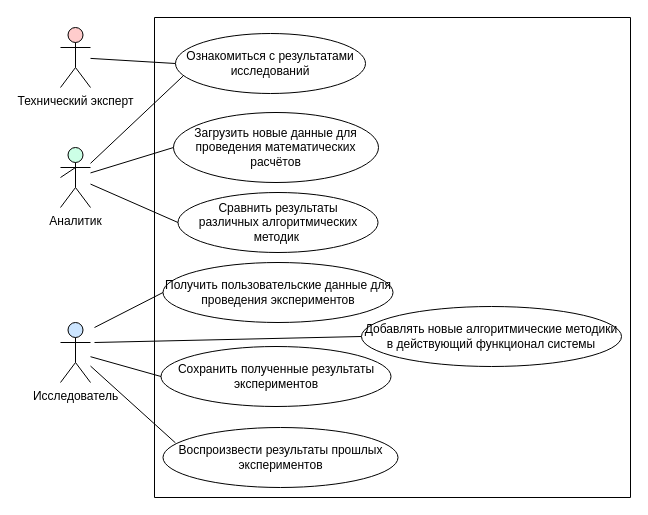
Above: master/sources/diploma/analysis/diagrams/usecases/usecase.drawio in stalker-fc/diploma (draw.io), before the change. Source tidied: cells renumbered, new cells numbered last; positions are measured from the earlier drawing's top-left corner, leaving out a move shared by most shapes. Both pictures are drawn from the tidied source at 100%, with x=0, y=0 at pixel (60, 17).
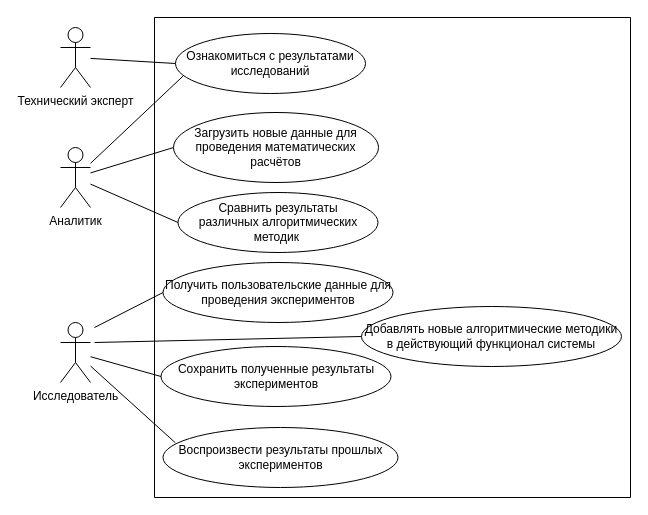
The same page after the edit.

What changed in the source:
```diff
@@
-    <mxCell id="7" value="Технический эксперт" style="shape=umlActor;verticalLabelPosition=bottom;verticalAlign=top;html=1;fillColor=#FFCCCC;" parent="1" vertex="1">
+    <mxCell id="7" value="Технический эксперт" style="shape=umlActor;verticalLabelPosition=bottom;verticalAlign=top;html=1;fillColor=none;" parent="1" vertex="1">
       <mxGeometry y="10" width="30" height="60" as="geometry" />
     </mxCell>
@@
-    <mxCell id="11" style="edgeStyle=none;rounded=0;jettySize=auto;html=1;exitX=0;exitY=0.5;exitDx=0;exitDy=0;endArrow=none;endFill=0;startArrow=none;" parent="1" edge="1" source="18">
-      <mxGeometry relative="1" as="geometry">
-        <mxPoint x="15" y="150" as="targetPoint" />
-      </mxGeometry>
-    </mxCell>
@@
-    <mxCell id="18" value="Аналитик" style="shape=umlActor;verticalLabelPosition=bottom;verticalAlign=top;html=1;fillColor=#CCFFE6;" parent="1" vertex="1">
+    <mxCell id="18" value="Аналитик" style="shape=umlActor;verticalLabelPosition=bottom;verticalAlign=top;html=1;fillColor=none;" parent="1" vertex="1">
       <mxGeometry y="130" width="30" height="60" as="geometry" />
     </mxCell>
@@
-    <mxCell id="20" value="Исследователь" style="shape=umlActor;verticalLabelPosition=bottom;verticalAlign=top;html=1;fillColor=#CCE5FF;" parent="1" vertex="1">
+    <mxCell id="20" value="Исследователь" style="shape=umlActor;verticalLabelPosition=bottom;verticalAlign=top;html=1;fillColor=none;" parent="1" vertex="1">
       <mxGeometry y="305" width="30" height="60" as="geometry" />
     </mxCell>
```
